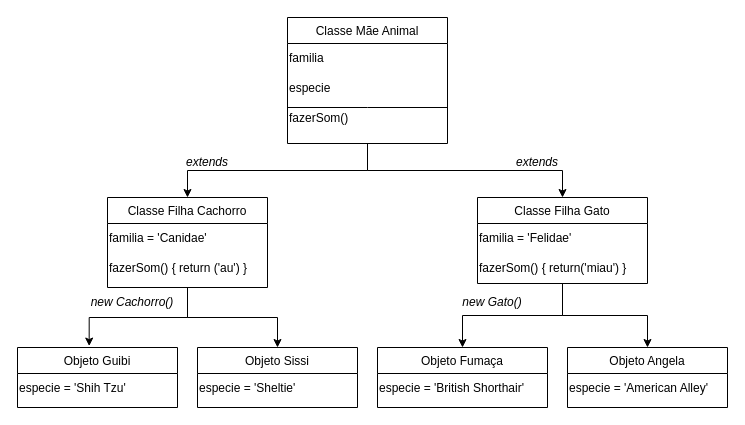
This is 06_09/poo-intro/poo-intro.drawio from willJOIN/uni-exercises--object-oriented-programming, a draw.io file, before an edit. Source tidied: cells renumbered, new cells numbered last; positions are measured from the earlier drawing's top-left corner, leaving out a move shared by most shapes. Both pictures are drawn from the tidied source at 100%, with x=0, y=0 at pixel (17, 17).
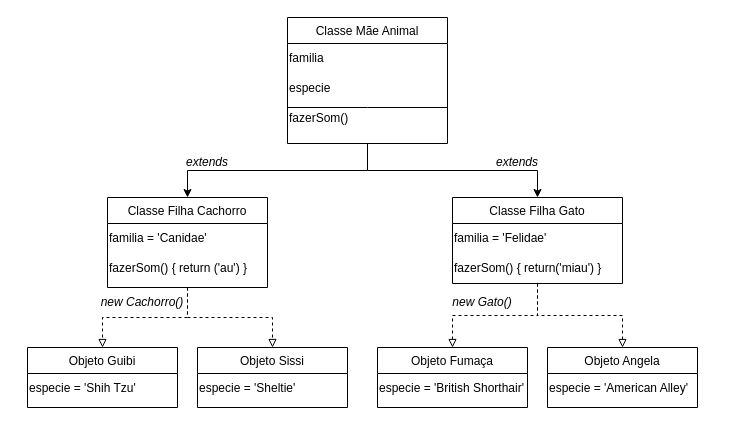
Above is the later version.

Unchanged cells that the change refers to:
```xml
<mxCell id="10" value="Classe Filha Cachorro" style="swimlane;fontStyle=0;align=center;verticalAlign=top;horizontal=1;startSize=26;rounded=0;shadow=0;strokeWidth=1;" parent="1" vertex="1">
  <mxGeometry x="90" y="180" width="160" height="90" as="geometry" />
</mxCell>
```

Diff of the diagram source:
```diff
@@
-    <mxCell id="8" style="edgeStyle=orthogonalEdgeStyle;rounded=0;jettySize=auto;html=1;entryX=0.448;entryY=-0.024;entryDx=0;entryDy=0;entryPerimeter=0;" parent="1" edge="1" source="10" target="18">
+    <mxCell id="8" style="edgeStyle=orthogonalEdgeStyle;rounded=0;jettySize=auto;html=1;entryX=0.5;entryY=0;entryDx=0;entryDy=0;dashed=1;endArrow=block;endFill=0;" parent="1" edge="1" source="10" target="18">
       <mxGeometry relative="1" as="geometry" />
     </mxCell>
-    <mxCell id="9" style="edgeStyle=orthogonalEdgeStyle;rounded=0;jettySize=auto;html=1;exitX=0.5;exitY=1;exitDx=0;exitDy=0;entryX=0.5;entryY=0;entryDx=0;entryDy=0;" parent="1" edge="1" source="10" target="20">
+    <mxCell id="9" style="edgeStyle=orthogonalEdgeStyle;rounded=0;jettySize=auto;html=1;exitX=0.5;exitY=1;exitDx=0;exitDy=0;entryX=0.5;entryY=0;entryDx=0;entryDy=0;dashed=1;endArrow=block;endFill=0;" parent="1" edge="1" source="10" target="20">
       <mxGeometry relative="1" as="geometry" />
     </mxCell>
@@
-    <mxCell id="13" style="edgeStyle=orthogonalEdgeStyle;rounded=0;jettySize=auto;html=1;exitX=0.5;exitY=1;exitDx=0;exitDy=0;entryX=0.5;entryY=0;entryDx=0;entryDy=0;" parent="1" edge="1" source="15" target="22">
+    <mxCell id="13" style="edgeStyle=orthogonalEdgeStyle;rounded=0;jettySize=auto;html=1;exitX=0.5;exitY=1;exitDx=0;exitDy=0;entryX=0.5;entryY=0;entryDx=0;entryDy=0;dashed=1;endArrow=block;endFill=0;" parent="1" edge="1" source="15" target="22">
       <mxGeometry relative="1" as="geometry" />
     </mxCell>
-    <mxCell id="14" style="edgeStyle=orthogonalEdgeStyle;rounded=0;jettySize=auto;html=1;exitX=0.5;exitY=1;exitDx=0;exitDy=0;entryX=0.5;entryY=0;entryDx=0;entryDy=0;" parent="1" edge="1" source="15" target="24">
+    <mxCell id="14" style="edgeStyle=orthogonalEdgeStyle;rounded=0;jettySize=auto;html=1;exitX=0.5;exitY=1;exitDx=0;exitDy=0;entryX=0.5;entryY=0;entryDx=0;entryDy=0;dashed=1;endArrow=block;endFill=0;" parent="1" edge="1" source="15" target="24">
       <mxGeometry relative="1" as="geometry" />
     </mxCell>
     <mxCell id="15" value="Classe Filha Gato" style="swimlane;fontStyle=0;align=center;verticalAlign=top;horizontal=1;startSize=26;rounded=0;shadow=0;strokeWidth=1;" parent="1" vertex="1">
-      <mxGeometry x="460" y="180" width="170" height="86" as="geometry" />
+      <mxGeometry x="435" y="180" width="170" height="86" as="geometry" />
     </mxCell>
@@
     <mxCell id="18" value="Objeto Guibi" style="swimlane;fontStyle=0;align=center;verticalAlign=top;horizontal=1;startSize=26;rounded=0;shadow=0;strokeWidth=1;" parent="1" vertex="1">
-      <mxGeometry y="330" width="160" height="60" as="geometry" />
+      <mxGeometry x="10" y="330" width="150" height="60" as="geometry" />
     </mxCell>
     <mxCell id="19" value="especie = 'Shih Tzu'" style="text;html=1;align=left;verticalAlign=middle;strokeColor=none;fillColor=none;labelPosition=center;verticalLabelPosition=middle;" parent="18" vertex="1">
-      <mxGeometry y="26" width="160" height="30" as="geometry" />
+      <mxGeometry y="26" width="150" height="30" as="geometry" />
     </mxCell>
     <mxCell id="20" value="Objeto Sissi" style="swimlane;fontStyle=0;align=center;verticalAlign=top;horizontal=1;startSize=26;rounded=0;shadow=0;strokeWidth=1;" parent="1" vertex="1">
-      <mxGeometry x="180" y="330" width="160" height="60" as="geometry" />
+      <mxGeometry x="180" y="330" width="150" height="60" as="geometry" />
     </mxCell>
     <mxCell id="21" value="especie = 'Sheltie'" style="text;html=1;align=left;verticalAlign=middle;strokeColor=none;fillColor=none;labelPosition=center;verticalLabelPosition=middle;" parent="20" vertex="1">
-      <mxGeometry y="26" width="160" height="30" as="geometry" />
+      <mxGeometry y="26" width="150" height="30" as="geometry" />
     </mxCell>
     <mxCell id="22" value="Objeto Fumaça" style="swimlane;fontStyle=0;align=center;verticalAlign=top;horizontal=1;startSize=26;rounded=0;shadow=0;strokeWidth=1;" parent="1" vertex="1">
-      <mxGeometry x="360" y="330" width="170" height="60" as="geometry" />
+      <mxGeometry x="360" y="330" width="150" height="60" as="geometry" />
     </mxCell>
     <mxCell id="23" value="especie = 'British Shorthair'" style="text;html=1;align=left;verticalAlign=middle;strokeColor=none;fillColor=none;labelPosition=center;verticalLabelPosition=middle;" parent="22" vertex="1">
-      <mxGeometry y="26" width="170" height="30" as="geometry" />
+      <mxGeometry y="26" width="150" height="30" as="geometry" />
     </mxCell>
     <mxCell id="24" value="Objeto Angela" style="swimlane;fontStyle=0;align=center;verticalAlign=top;horizontal=1;startSize=26;rounded=0;shadow=0;strokeWidth=1;" parent="1" vertex="1">
-      <mxGeometry x="550" y="330" width="160" height="60" as="geometry" />
+      <mxGeometry x="530" y="330" width="150" height="60" as="geometry" />
     </mxCell>
     <mxCell id="25" value="especie = 'American Alley'" style="text;html=1;align=left;verticalAlign=middle;strokeColor=none;fillColor=none;labelPosition=center;verticalLabelPosition=middle;" parent="24" vertex="1">
-      <mxGeometry y="26" width="160" height="30" as="geometry" />
+      <mxGeometry y="26" width="150" height="30" as="geometry" />
     </mxCell>
@@
     <mxCell id="27" value="extends" style="text;html=1;strokeColor=none;fillColor=none;align=center;verticalAlign=middle;whiteSpace=wrap;rounded=0;fontStyle=2;" parent="1" vertex="1">
-      <mxGeometry x="490" y="130" width="60" height="30" as="geometry" />
+      <mxGeometry x="470" y="130" width="60" height="30" as="geometry" />
     </mxCell>
     <mxCell id="28" value="new Cachorro()" style="text;html=1;strokeColor=none;fillColor=none;align=center;verticalAlign=middle;whiteSpace=wrap;rounded=0;fontStyle=2;" parent="1" vertex="1">
-      <mxGeometry x="70" y="270" width="90" height="30" as="geometry" />
+      <mxGeometry x="80" y="270" width="90" height="30" as="geometry" />
     </mxCell>
     <mxCell id="29" value="new Gato()" style="text;html=1;strokeColor=none;fillColor=none;align=center;verticalAlign=middle;whiteSpace=wrap;rounded=0;fontStyle=2;" parent="1" vertex="1">
-      <mxGeometry x="430" y="270" width="90" height="30" as="geometry" />
+      <mxGeometry x="420" y="270" width="90" height="30" as="geometry" />
     </mxCell>
```
